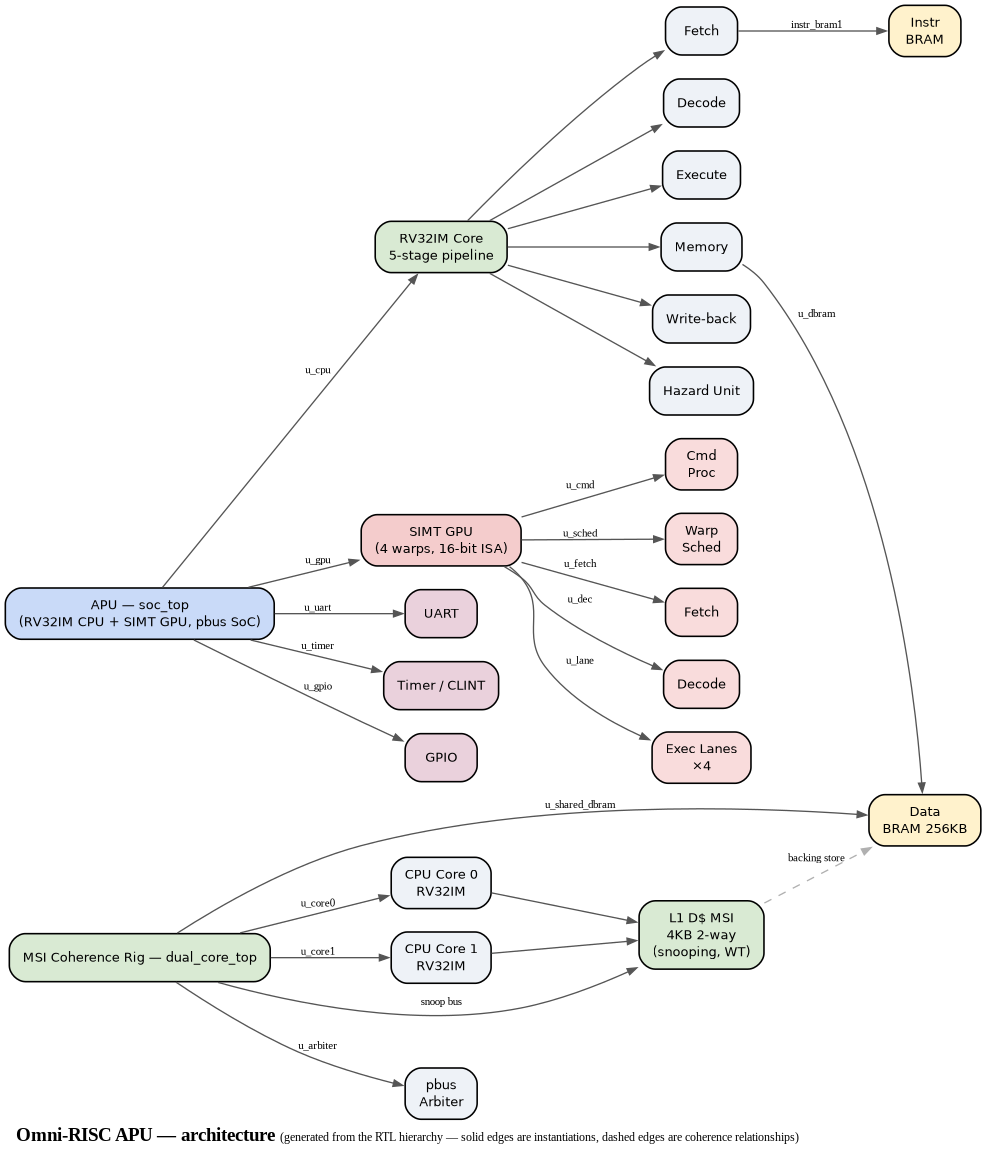
Deadly-pro/Omni-RISC keeps this Graphviz diagram as docs/diagrams/architecture.png. Above is the earlier version. Its source is kept beside it as docs/diagrams/architecture.dot.
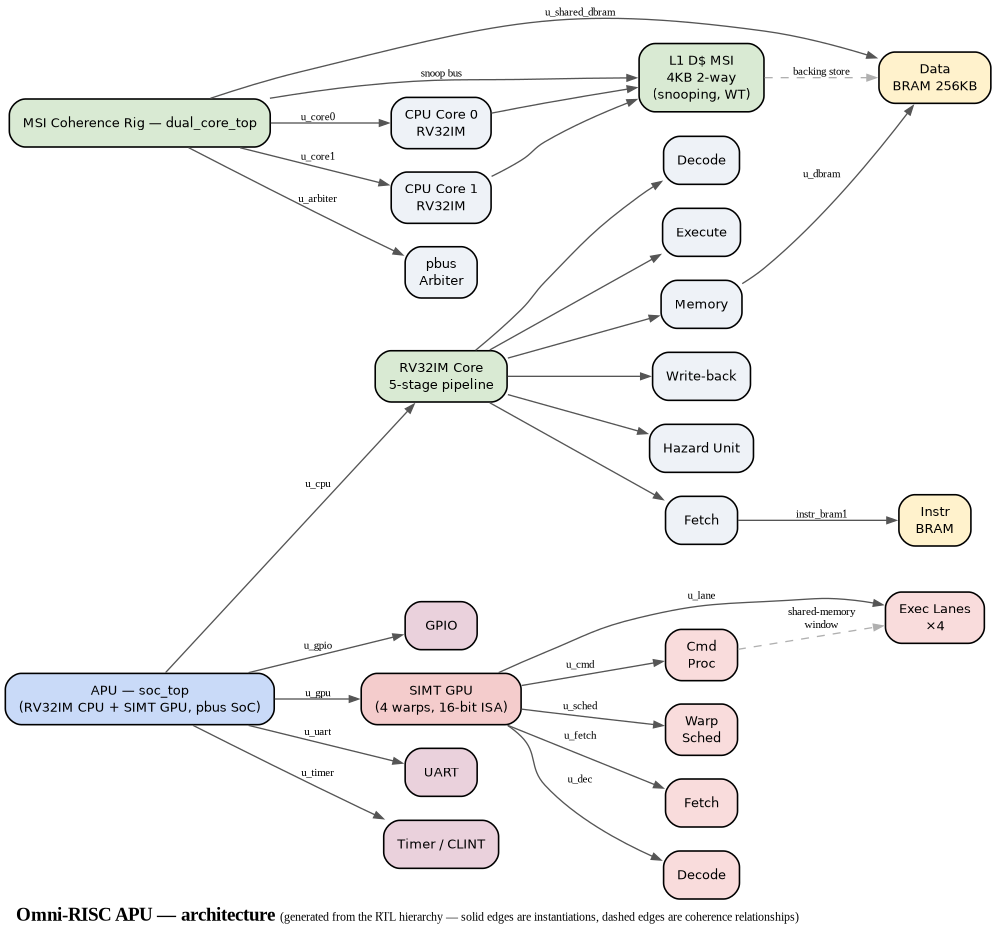
The same file after the commit.

Diff of the diagram source:
```diff
@@ -28,6 +28,8 @@
   "gpu_top" -> "gpu_fetch" [label="u_fetch", fontsize=8];
   "gpu_top" -> "gpu_decode" [label="u_dec", fontsize=8];
   "gpu_top" -> "exec_lane" [label="u_lane", fontsize=8];
+  "gpu_cmd_proc" -> "exec_lane" [label="shared-memory
+window", style="dashed" color="#b0b0b0", fontsize=8];
   "dual_core_top" -> "core0" [label="u_core0", fontsize=8];
   "dual_core_top" -> "core1" [label="u_core1", fontsize=8];
   "dual_core_top" -> "l1_dcache_msi" [label="snoop bus", fontsize=8];
```
